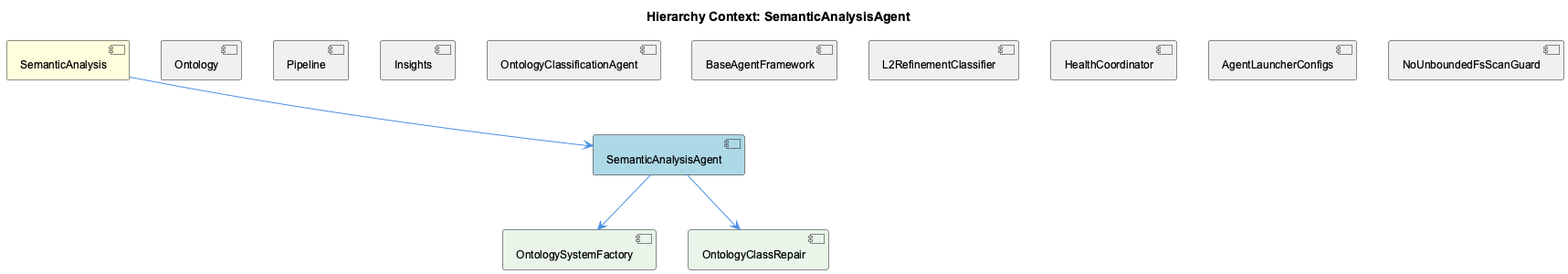
fwornle/coding keeps this PlantUML diagram as knowledge-management/insights/images/semantic-analysis-agent-relationship.png. Above is the earlier version.
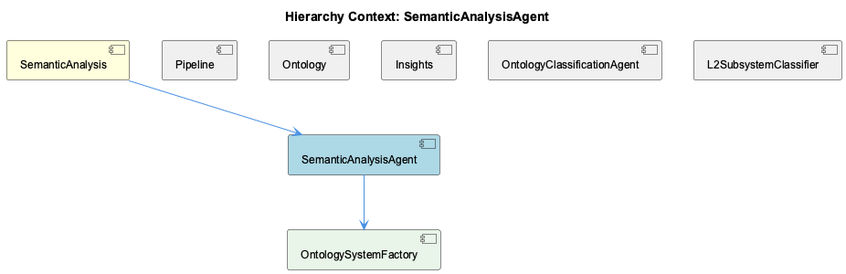
Above is the later version.

What changed in the source:
```diff
@@ -5,29 +5,19 @@
 
 [SemanticAnalysis] as semantic_analysis #FFFFDD
 [SemanticAnalysisAgent] as semantic_analysis_agent #LightBlue
+[Pipeline] as pipeline #F0F0F0
 [Ontology] as ontology #F0F0F0
-[Pipeline] as pipeline #F0F0F0
 [Insights] as insights #F0F0F0
 [OntologyClassificationAgent] as ontology_classification_agent #F0F0F0
-[BaseAgentFramework] as base_agent_framework #F0F0F0
-[L2RefinementClassifier] as l2_refinement_classifier #F0F0F0
-[HealthCoordinator] as health_coordinator #F0F0F0
-[AgentLauncherConfigs] as agent_launcher_configs #F0F0F0
-[NoUnboundedFsScanGuard] as no_unbounded_fs_scan_guard #F0F0F0
+[L2SubsystemClassifier] as l2_subsystem_classifier #F0F0F0
 [OntologySystemFactory] as ontology_system_factory #E8F5E8
-[OntologyClassRepair] as ontology_class_repair #E8F5E8
 
 semantic_analysis --> semantic_analysis_agent
+pipeline -[hidden]- semantic_analysis_agent
 ontology -[hidden]- semantic_analysis_agent
-pipeline -[hidden]- semantic_analysis_agent
 insights -[hidden]- semantic_analysis_agent
 ontology_classification_agent -[hidden]- semantic_analysis_agent
-base_agent_framework -[hidden]- semantic_analysis_agent
-l2_refinement_classifier -[hidden]- semantic_analysis_agent
-health_coordinator -[hidden]- semantic_analysis_agent
-agent_launcher_configs -[hidden]- semantic_analysis_agent
-no_unbounded_fs_scan_guard -[hidden]- semantic_analysis_agent
+l2_subsystem_classifier -[hidden]- semantic_analysis_agent
 semantic_analysis_agent --> ontology_system_factory
-semantic_analysis_agent --> ontology_class_repair
 
 @enduml
```
